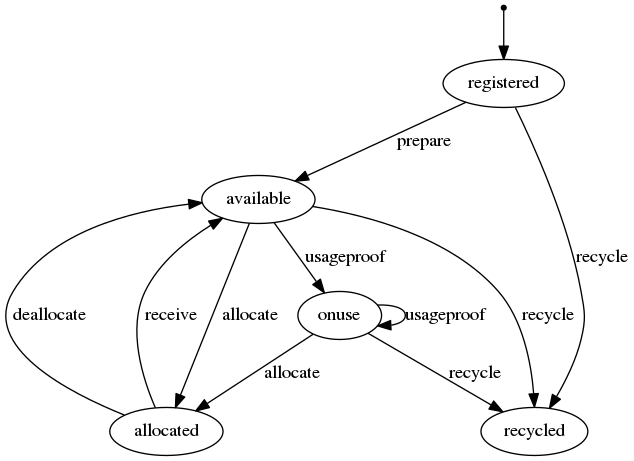
Before: docs/device-states.png, a diagram exported from Graphviz (eReuse/grd). Its source is kept beside it as docs/device-states.gv.
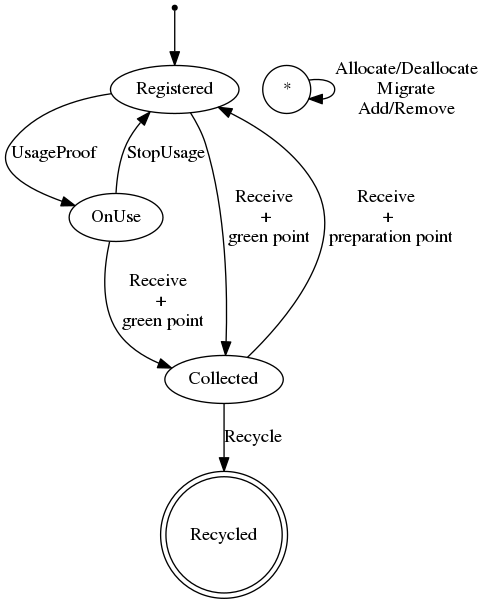
The same diagram one commit later.

Commit message:
Include new event StopUsage on device states diagram.

Change to the diagram source:
```diff
@@ -5,24 +5,28 @@
  ***************************************************************** */
 
 digraph device_states {
-    _start [ shape=point ];
-    _start -> registered;
+    _start [shape=point];
+    _start -> Registered;
 
 
-    registered -> available [label="prepare"];
-    registered -> recycled [label="recycle"]
+    Registered -> OnUse [label="UsageProof"];
+    Registered -> Collected [label="Receive \n + \n green point"];
 
-    available -> allocated [label="allocate"];
-    available -> recycled [label="recycle"]
+    OnUse -> Registered [label="StopUsage"];
+    OnUse -> Collected [label="Receive \n + \n green point"];
 
-    allocated -> available [label="deallocate"];
-    allocated -> available [label="receive"];
+    Collected -> Registered [label="Receive \n + \n preparation point"];
+    Collected -> Recycled [label="Recycle"];
 
-    available -> onuse [label="usageproof"]
-
-    onuse -> onuse [label="usageproof"]
-    onuse -> allocated [label="allocate"]
-    onuse -> recycled [label="recycle"]
+    Recycled [shape=doublecircle];
 
 
+    any [shape=circle, label="*"];
+    any -> any [label="Allocate/Deallocate\nMigrate\nAdd/Remove"]
+
+    subgraph {
+        rank=same;
+        Registered;
+        any;
+    }
 }
```
